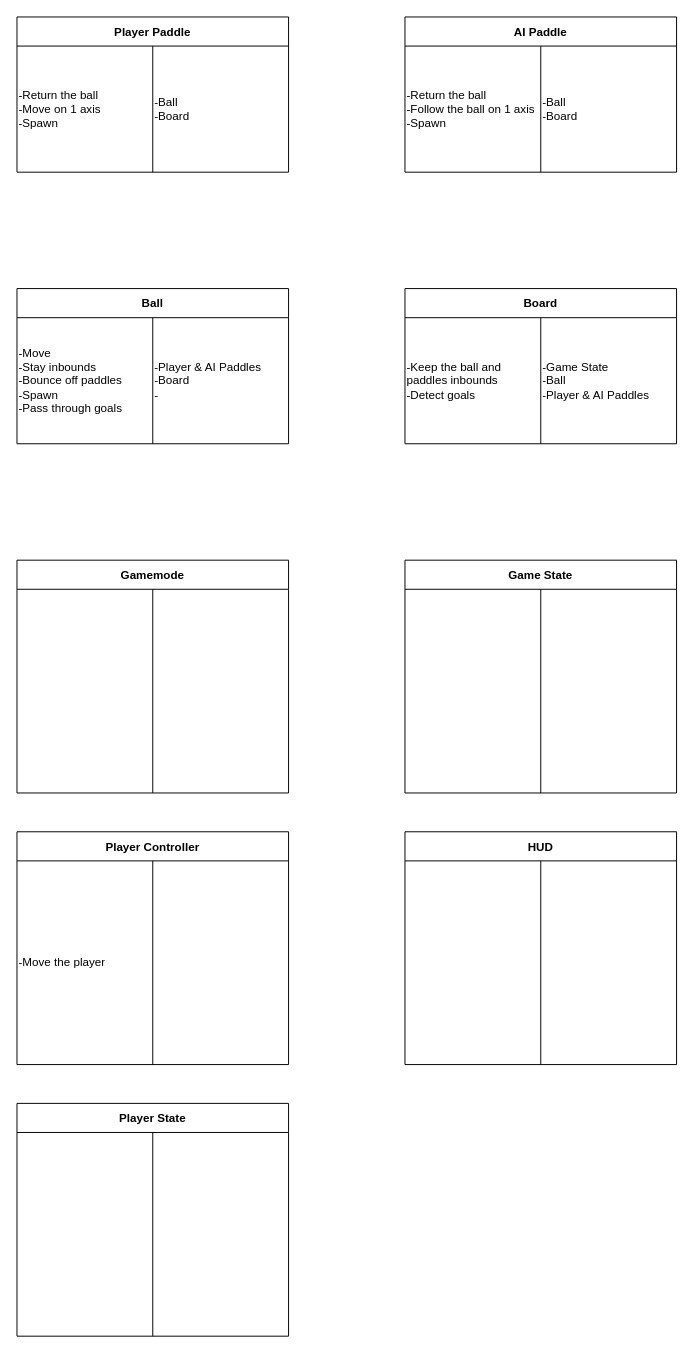
This is CDpong.drawio from ConnorDrost/CDpong, a draw.io file, before an edit. Source tidied: cells renumbered, new cells numbered last; positions are measured from the earlier drawing's top-left corner, leaving out a move shared by most shapes. Both pictures are drawn from the tidied source at 97%, with x=0, y=0 at pixel (16, 16).
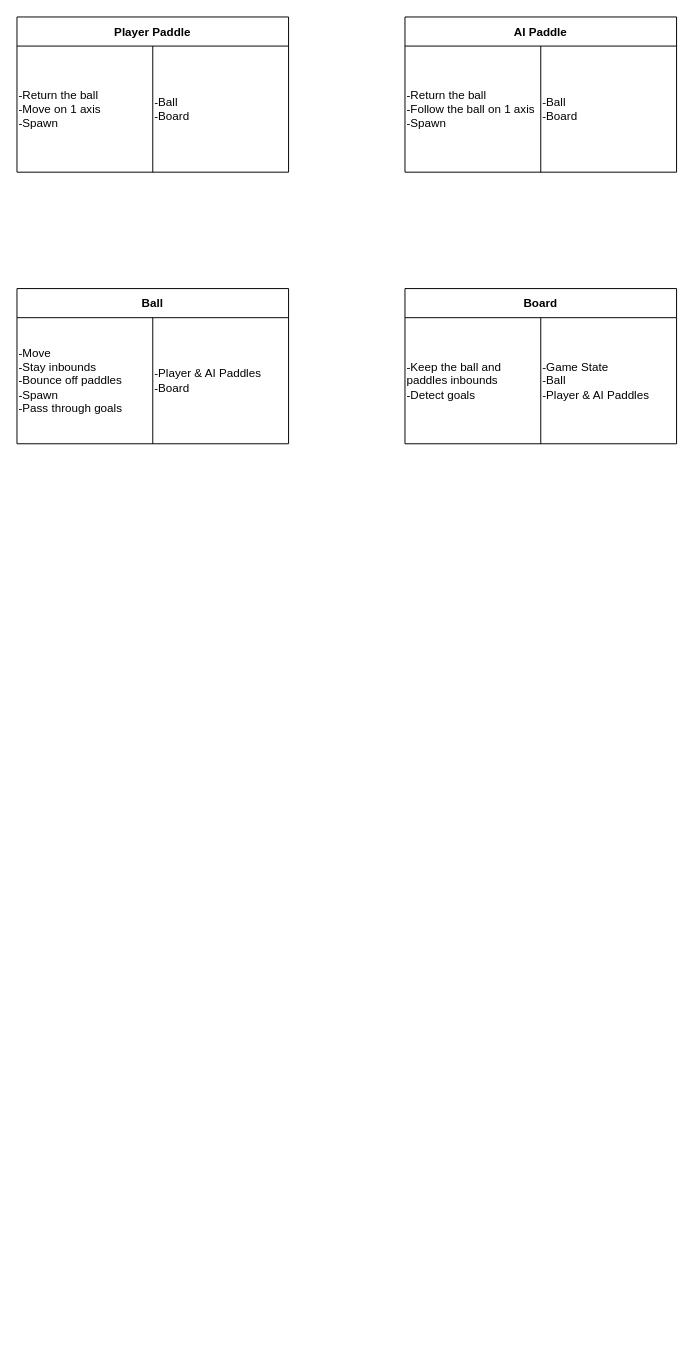
Above is the later version.

Commit message (it also covers changes not shown here):
Cleaned up CRC's and started UML diagram

Unchanged cells that the change refers to:
```xml
<mxCell id="11" style="shape=tableRow;horizontal=0;startSize=0;swimlaneHead=0;swimlaneBody=0;top=0;left=0;bottom=0;right=0;fillColor=none;" parent="10" vertex="1">
  <mxGeometry y="30" width="280" height="130" as="geometry" />
</mxCell>
```

Diff of the diagram source:
```diff
@@
-    <mxCell id="13" value="-Player &amp;amp; AI Paddles&lt;br&gt;-Board&lt;br&gt;-" style="shape=partialRectangle;html=1;whiteSpace=wrap;fillColor=none;top=0;left=0;bottom=0;right=0;overflow=hidden;align=left;" parent="11" vertex="1">
+    <mxCell id="13" value="-Player &amp;amp; AI Paddles&lt;br&gt;-Board&lt;br&gt;" style="shape=partialRectangle;html=1;whiteSpace=wrap;fillColor=none;top=0;left=0;bottom=0;right=0;overflow=hidden;align=left;" parent="11" vertex="1">
       <mxGeometry x="140" width="140" height="130" as="geometry" />
     </mxCell>
@@
-    <mxCell id="18" value="Gamemode" style="shape=table;startSize=30;childLayout=tableLayout;fontStyle=1;align=center;" parent="1" vertex="1">
-      <mxGeometry y="560" width="280" height="240" as="geometry" />
-    </mxCell>
-    <mxCell id="19" style="shape=tableRow;horizontal=0;startSize=0;swimlaneHead=0;swimlaneBody=0;top=0;left=0;bottom=0;right=0;fillColor=none;" parent="18" vertex="1">
-      <mxGeometry y="30" width="280" height="210" as="geometry" />
-    </mxCell>
-    <mxCell id="20" style="shape=partialRectangle;html=1;whiteSpace=wrap;fillColor=none;top=0;left=0;bottom=0;right=0;overflow=hidden;" parent="19" vertex="1">
-      <mxGeometry width="140" height="210" as="geometry" />
-    </mxCell>
-    <mxCell id="21" style="shape=partialRectangle;html=1;whiteSpace=wrap;fillColor=none;top=0;left=0;bottom=0;right=0;overflow=hidden;" parent="19" vertex="1">
-      <mxGeometry x="140" width="140" height="210" as="geometry" />
-    </mxCell>
-    <mxCell id="22" value="Game State" style="shape=table;startSize=30;childLayout=tableLayout;fontStyle=1;align=center;" parent="1" vertex="1">
-      <mxGeometry x="400" y="560" width="280" height="240" as="geometry" />
-    </mxCell>
-    <mxCell id="23" style="shape=tableRow;horizontal=0;startSize=0;swimlaneHead=0;swimlaneBody=0;top=0;left=0;bottom=0;right=0;fillColor=none;" parent="22" vertex="1">
-      <mxGeometry y="30" width="280" height="210" as="geometry" />
-    </mxCell>
-    <mxCell id="24" style="shape=partialRectangle;html=1;whiteSpace=wrap;fillColor=none;top=0;left=0;bottom=0;right=0;overflow=hidden;" parent="23" vertex="1">
-      <mxGeometry width="140" height="210" as="geometry" />
-    </mxCell>
-    <mxCell id="25" style="shape=partialRectangle;html=1;whiteSpace=wrap;fillColor=none;top=0;left=0;bottom=0;right=0;overflow=hidden;" parent="23" vertex="1">
-      <mxGeometry x="140" width="140" height="210" as="geometry" />
-    </mxCell>
-    <mxCell id="26" value="HUD" style="shape=table;startSize=30;childLayout=tableLayout;fontStyle=1;align=center;" parent="1" vertex="1">
-      <mxGeometry x="400" y="840" width="280" height="240" as="geometry" />
-    </mxCell>
-    <mxCell id="27" style="shape=tableRow;horizontal=0;startSize=0;swimlaneHead=0;swimlaneBody=0;top=0;left=0;bottom=0;right=0;fillColor=none;" parent="26" vertex="1">
-      <mxGeometry y="30" width="280" height="210" as="geometry" />
-    </mxCell>
-    <mxCell id="28" style="shape=partialRectangle;html=1;whiteSpace=wrap;fillColor=none;top=0;left=0;bottom=0;right=0;overflow=hidden;" parent="27" vertex="1">
-      <mxGeometry width="140" height="210" as="geometry" />
-    </mxCell>
-    <mxCell id="29" style="shape=partialRectangle;html=1;whiteSpace=wrap;fillColor=none;top=0;left=0;bottom=0;right=0;overflow=hidden;" parent="27" vertex="1">
-      <mxGeometry x="140" width="140" height="210" as="geometry" />
-    </mxCell>
-    <mxCell id="30" value="Player Controller" style="shape=table;startSize=30;childLayout=tableLayout;fontStyle=1;align=center;" parent="1" vertex="1">
-      <mxGeometry y="840" width="280" height="240" as="geometry" />
-    </mxCell>
-    <mxCell id="31" style="shape=tableRow;horizontal=0;startSize=0;swimlaneHead=0;swimlaneBody=0;top=0;left=0;bottom=0;right=0;fillColor=none;" parent="30" vertex="1">
-      <mxGeometry y="30" width="280" height="210" as="geometry" />
-    </mxCell>
-    <mxCell id="32" value="-Move the player" style="shape=partialRectangle;html=1;whiteSpace=wrap;fillColor=none;top=0;left=0;bottom=0;right=0;overflow=hidden;align=left;" parent="31" vertex="1">
-      <mxGeometry width="140" height="210" as="geometry" />
-    </mxCell>
-    <mxCell id="33" style="shape=partialRectangle;html=1;whiteSpace=wrap;fillColor=none;top=0;left=0;bottom=0;right=0;overflow=hidden;" parent="31" vertex="1">
-      <mxGeometry x="140" width="140" height="210" as="geometry" />
-    </mxCell>
-    <mxCell id="34" value="Player State" style="shape=table;startSize=30;childLayout=tableLayout;fontStyle=1;align=center;" parent="1" vertex="1">
-      <mxGeometry y="1120" width="280" height="240" as="geometry" />
-    </mxCell>
-    <mxCell id="35" style="shape=tableRow;horizontal=0;startSize=0;swimlaneHead=0;swimlaneBody=0;top=0;left=0;bottom=0;right=0;fillColor=none;" parent="34" vertex="1">
-      <mxGeometry y="30" width="280" height="210" as="geometry" />
-    </mxCell>
-    <mxCell id="36" style="shape=partialRectangle;html=1;whiteSpace=wrap;fillColor=none;top=0;left=0;bottom=0;right=0;overflow=hidden;" parent="35" vertex="1">
-      <mxGeometry width="140" height="210" as="geometry" />
-    </mxCell>
-    <mxCell id="37" style="shape=partialRectangle;html=1;whiteSpace=wrap;fillColor=none;top=0;left=0;bottom=0;right=0;overflow=hidden;" parent="35" vertex="1">
-      <mxGeometry x="140" width="140" height="210" as="geometry" />
-    </mxCell>
```
